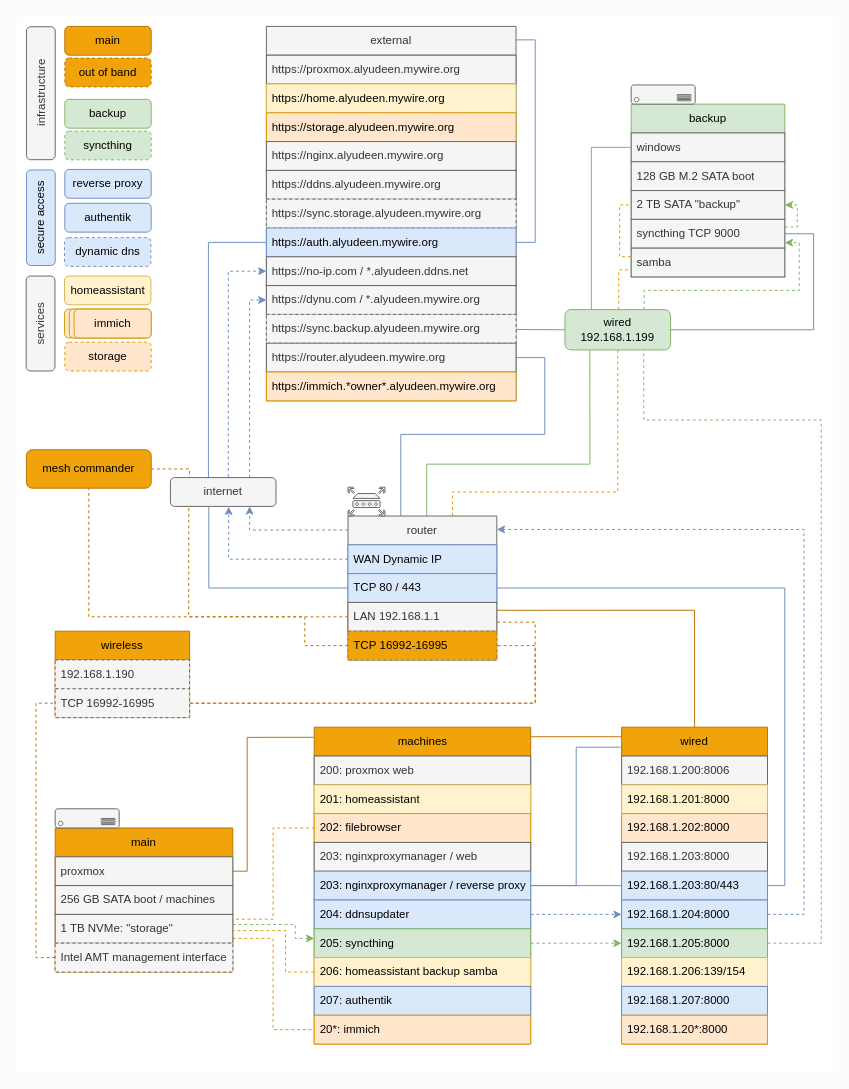
Before: architecture/diagram.drawio in MahmoudAlyuDeen/diwansync, a draw.io diagram. Source tidied: cells renumbered, new cells numbered last; positions are measured from the earlier drawing's top-left corner, leaving out a move shared by most shapes. Both pictures are drawn from the tidied source at 96%, with x=0, y=0 at pixel (-26, 16).
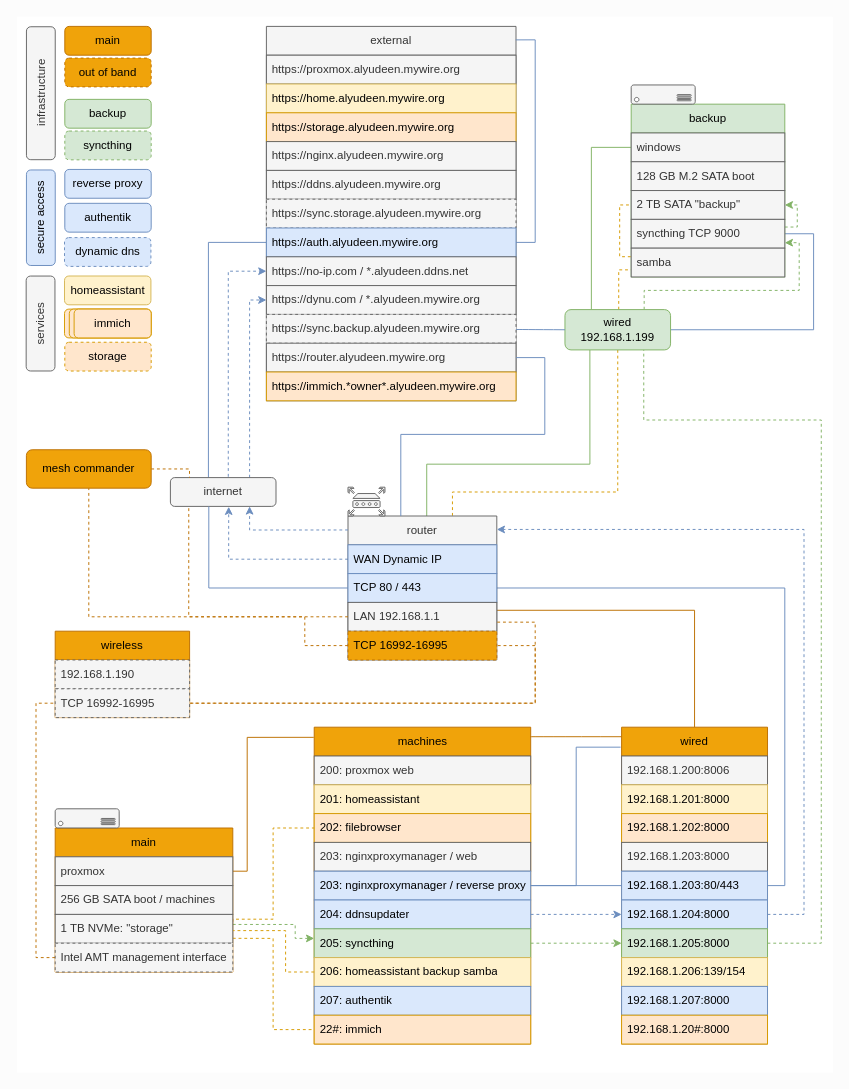
The same page after the edit.

Commit message (it also covers changes not shown here):
- architecture: replace immich wildcard astrisk with a hash.

The change refers to these unchanged cells:
```xml
<mxCell id="4" value="wired" style="swimlane;fontStyle=0;horizontal=1;startSize=30;whiteSpace=wrap;html=1;fillColor=#f0a30a;fontColor=#000000;strokeColor=#BD7000;noLabel=0;" parent="1" vertex="1">
  <mxGeometry x="674" y="740" width="152" height="330" as="geometry" />
</mxCell>
<mxCell id="16" value="machines" style="swimlane;fontStyle=0;horizontal=1;startSize=30;whiteSpace=wrap;html=1;fillColor=#f0a30a;fontColor=#000000;strokeColor=#BD7000;" parent="1" vertex="1">
  <mxGeometry x="353.8" y="740" width="225.5" height="330" as="geometry" />
</mxCell>
```

What changed in the source:
```diff
@@
-    <mxCell id="14" value="&lt;div&gt;192.168.1.20*:8000&lt;/div&gt;" style="text;strokeColor=#d79b00;fillColor=#ffe6cc;align=left;verticalAlign=middle;spacingLeft=4;spacingRight=4;overflow=hidden;whiteSpace=wrap;html=1;" parent="4" vertex="1">
+    <mxCell id="14" value="&lt;div&gt;192.168.1.20#:8000&lt;/div&gt;" style="text;strokeColor=#d79b00;fillColor=#ffe6cc;align=left;verticalAlign=middle;spacingLeft=4;spacingRight=4;overflow=hidden;whiteSpace=wrap;html=1;" parent="4" vertex="1">
       <mxGeometry y="300" width="152" height="30" as="geometry" />
     </mxCell>
@@
-    <mxCell id="26" value="20*: immich" style="text;strokeColor=#d79b00;fillColor=#ffe6cc;align=left;verticalAlign=middle;spacingLeft=4;spacingRight=4;overflow=hidden;points=[[0,0.5],[1,0.5]];portConstraint=eastwest;whiteSpace=wrap;html=1;" parent="16" vertex="1">
+    <mxCell id="26" value="22#: immich" style="text;strokeColor=#d79b00;fillColor=#ffe6cc;align=left;verticalAlign=middle;spacingLeft=4;spacingRight=4;overflow=hidden;points=[[0,0.5],[1,0.5]];portConstraint=eastwest;whiteSpace=wrap;html=1;" parent="16" vertex="1">
       <mxGeometry y="300" width="225.5" height="30" as="geometry" />
     </mxCell>
```
